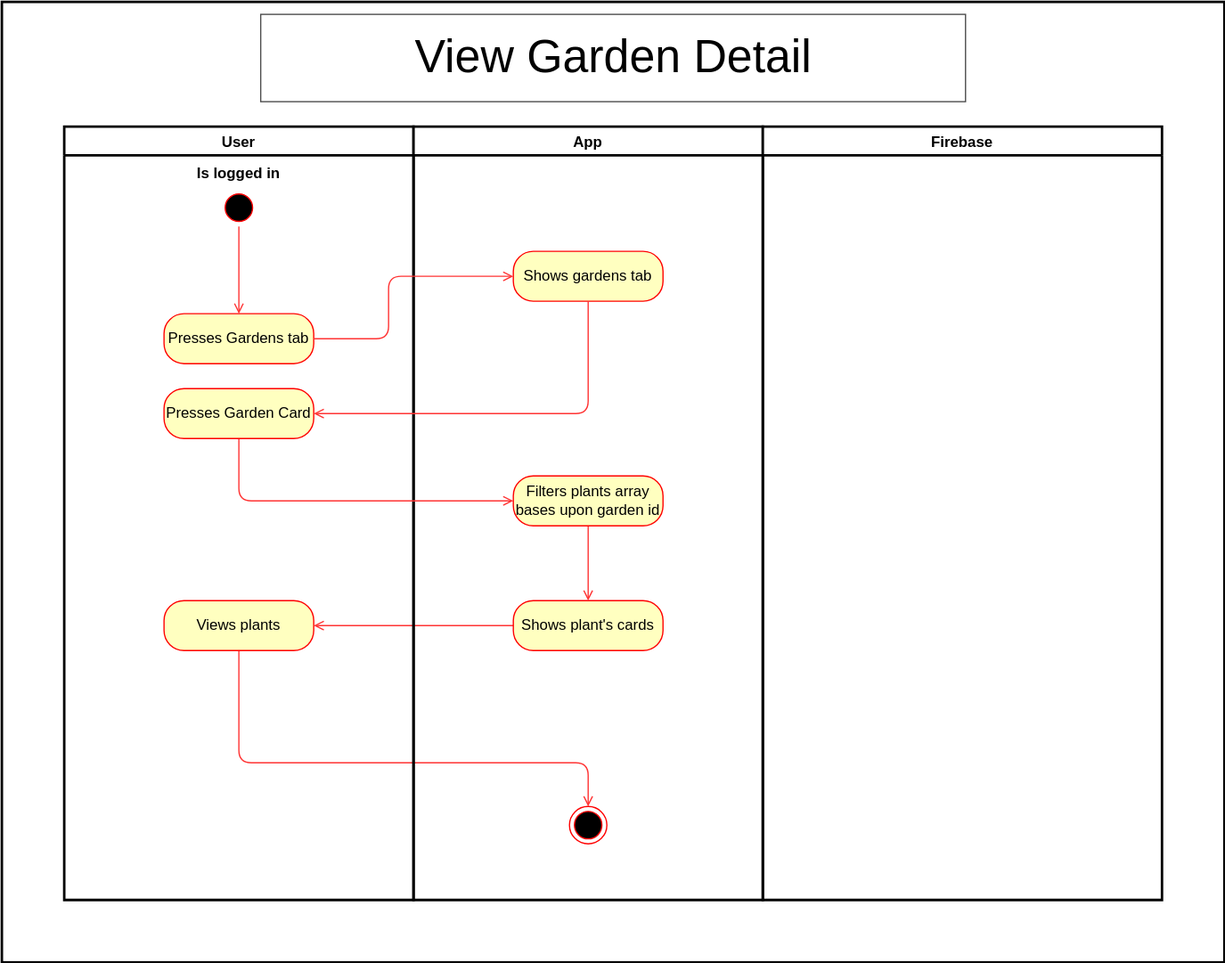
Above: docs/assets/svg/useCaseDiagrams/viewGardenDetail.drawio.svg in Green-Fingers-App/gardeningApp (draw.io), before the change. Source tidied: cells renumbered, new cells last; positions are measured from the earlier drawing's top-left corner, leaving out a move shared by most shapes.
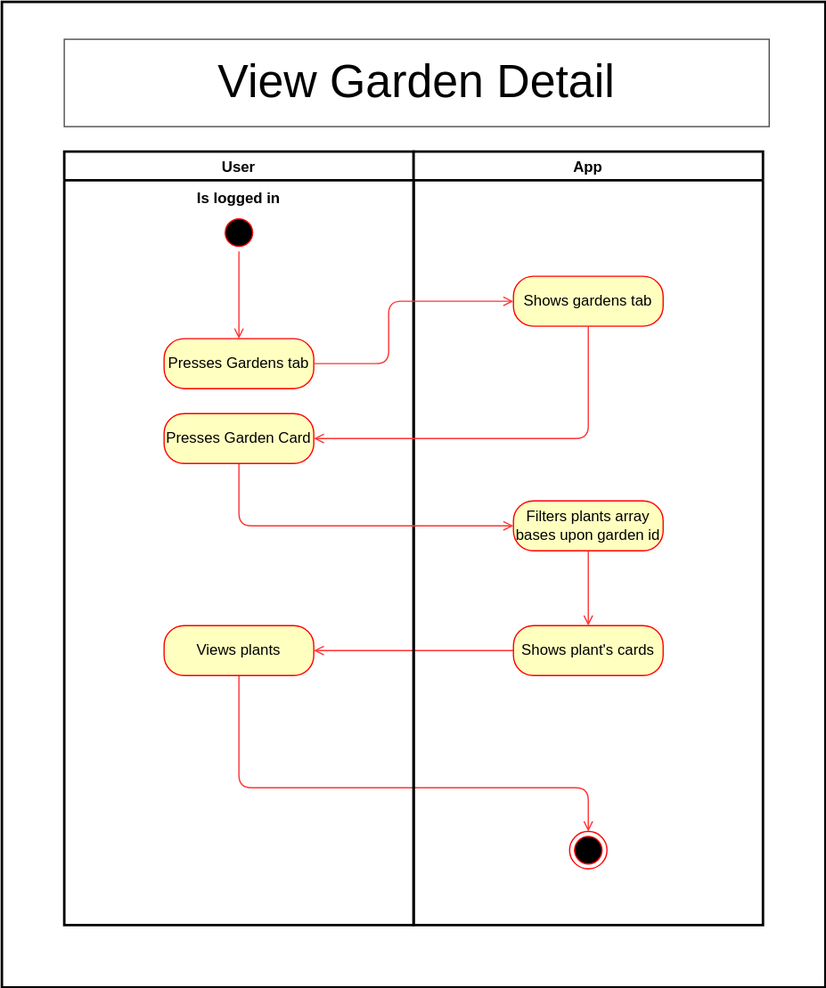
Above is the later version.

Change to the diagram source:
```diff
@@ -3,10 +3,10 @@
     <mxCell id="0" />
     <mxCell id="1" parent="0" />
     <mxCell id="2" style="whiteSpace=wrap;html=1;fillColor=#FFFFFF;strokeColor=#000000;strokeWidth=2;" parent="1" vertex="1">
-      <mxGeometry width="980" height="770" as="geometry" />
+      <mxGeometry y="-20" width="660" height="790" as="geometry" />
     </mxCell>
     <mxCell id="3" value="&lt;font style=&quot;background-color: rgb(255, 255, 255); font-size: 37px;&quot; color=&quot;#000000&quot;&gt;View Garden Detail&lt;/font&gt;" style="rounded=0;whiteSpace=wrap;html=1;fillColor=#FFFFFF;strokeColor=#4D4D4D;" parent="1" vertex="1">
-      <mxGeometry x="207.5" y="10" width="565" height="70" as="geometry" />
+      <mxGeometry x="50" y="10" width="565" height="70" as="geometry" />
     </mxCell>
     <mxCell id="4" style="edgeStyle=none;html=1;entryX=1;entryY=0.5;entryDx=0;entryDy=0;strokeColor=#FF3333;endArrow=open;endFill=0;" parent="1" edge="1" source="5" target="12">
       <mxGeometry relative="1" as="geometry" />
@@ -52,9 +52,6 @@
     <mxCell id="15" style="ellipse;html=1;shape=endState;fillColor=#000000;strokeColor=#ff0000;" parent="13" vertex="1">
       <mxGeometry x="125" y="545" width="30" height="30" as="geometry" />
     </mxCell>
-    <mxCell id="16" value="Firebase" style="swimlane;strokeColor=#000000;strokeWidth=2;fillColor=#FFFFFF;fontColor=#000000;" parent="1" vertex="1">
-      <mxGeometry x="610" y="100" width="320" height="620" as="geometry" />
-    </mxCell>
     <mxCell id="17" style="edgeStyle=none;html=1;strokeColor=#FF3333;endArrow=open;endFill=0;" parent="1" edge="1" source="8" target="14">
       <mxGeometry relative="1" as="geometry">
         <Array as="points">
```
